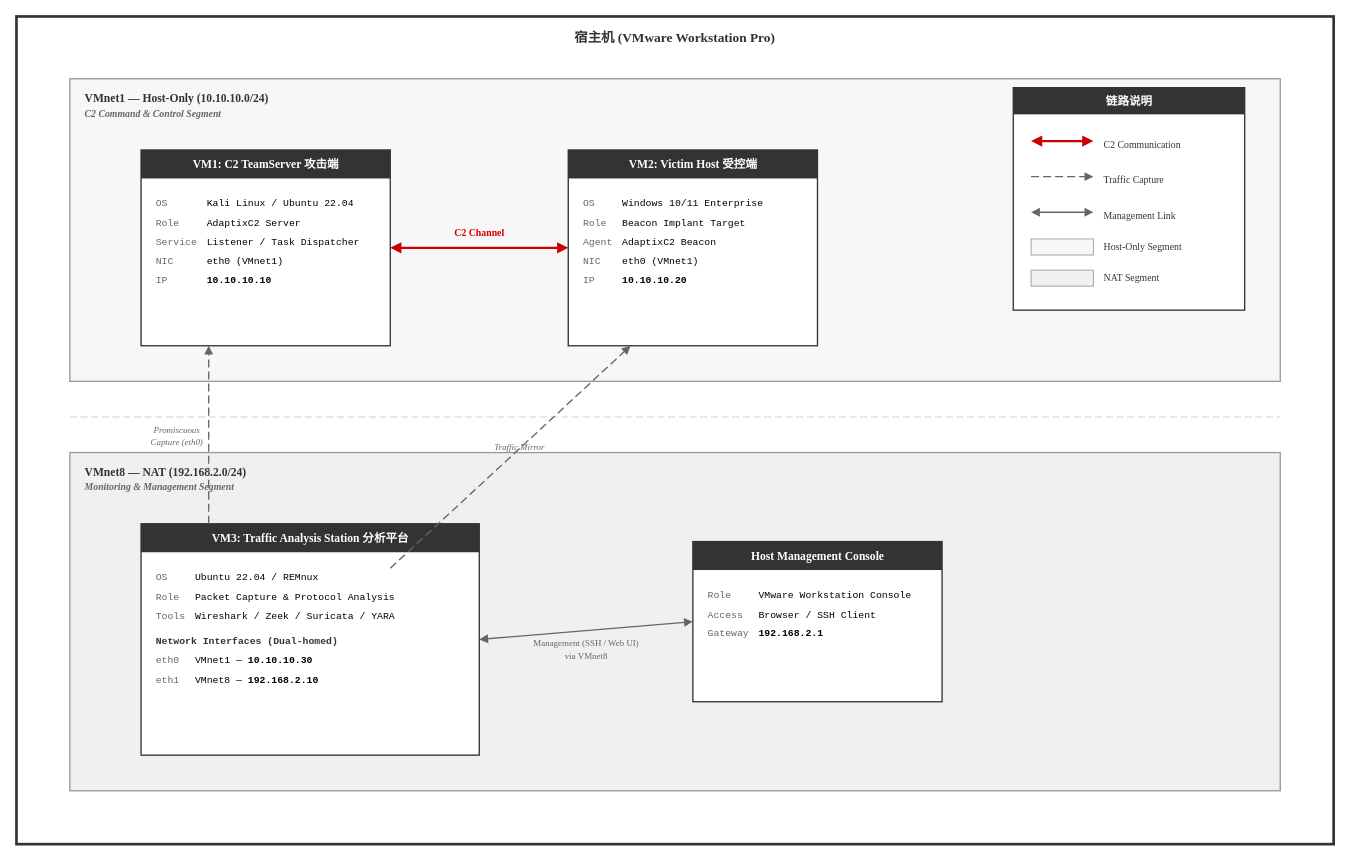
The draw.io diagram c2-research拓扑.drawio in Maysec/drawio-graph, before the edit. Source tidied: cells renumbered, new cells numbered last; positions are measured from the earlier drawing's top-left corner, leaving out a move shared by most shapes. Both pictures are drawn from the tidied source at 89%, with x=0, y=0 at pixel (16, 16).
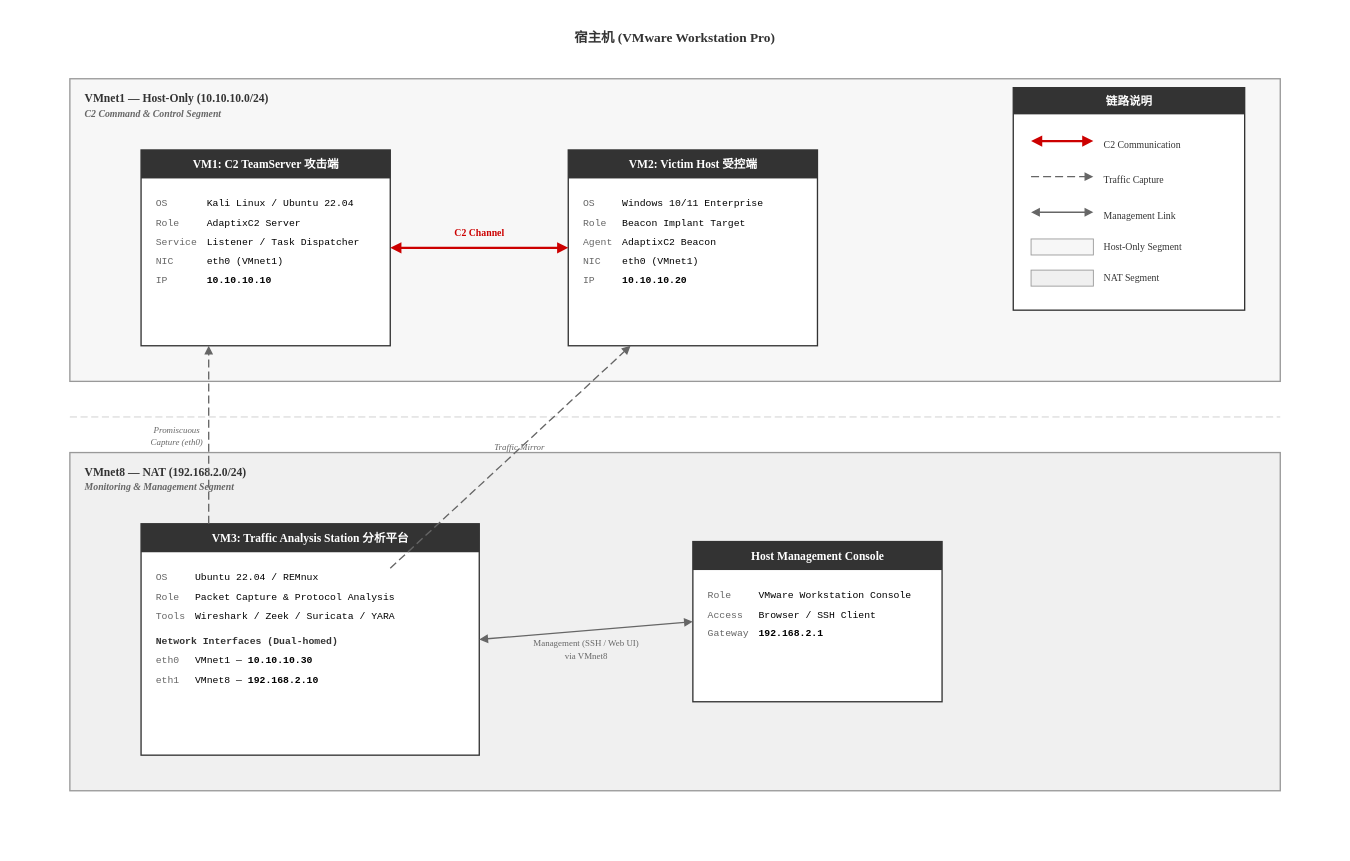
After the change.

Change to the diagram source:
```diff
@@
-    <mxCell id="2" value="宿主机 (VMware Workstation Pro)" style="rounded=0;whiteSpace=wrap;html=1;fillColor=none;strokeColor=#333333;strokeWidth=3;verticalAlign=top;fontStyle=1;fontSize=15;fontFamily=Times New Roman;spacingTop=8;fontColor=#333333;" parent="1" vertex="1">
+    <mxCell id="2" value="宿主机 (VMware Workstation Pro)" style="rounded=0;whiteSpace=wrap;html=1;fillColor=none;strokeColor=none;strokeWidth=3;verticalAlign=top;fontStyle=1;fontSize=15;fontFamily=Times New Roman;spacingTop=8;fontColor=#333333;glass=1;shadow=0;" parent="1" vertex="1">
       <mxGeometry width="1480" height="930" as="geometry" />
     </mxCell>
```
